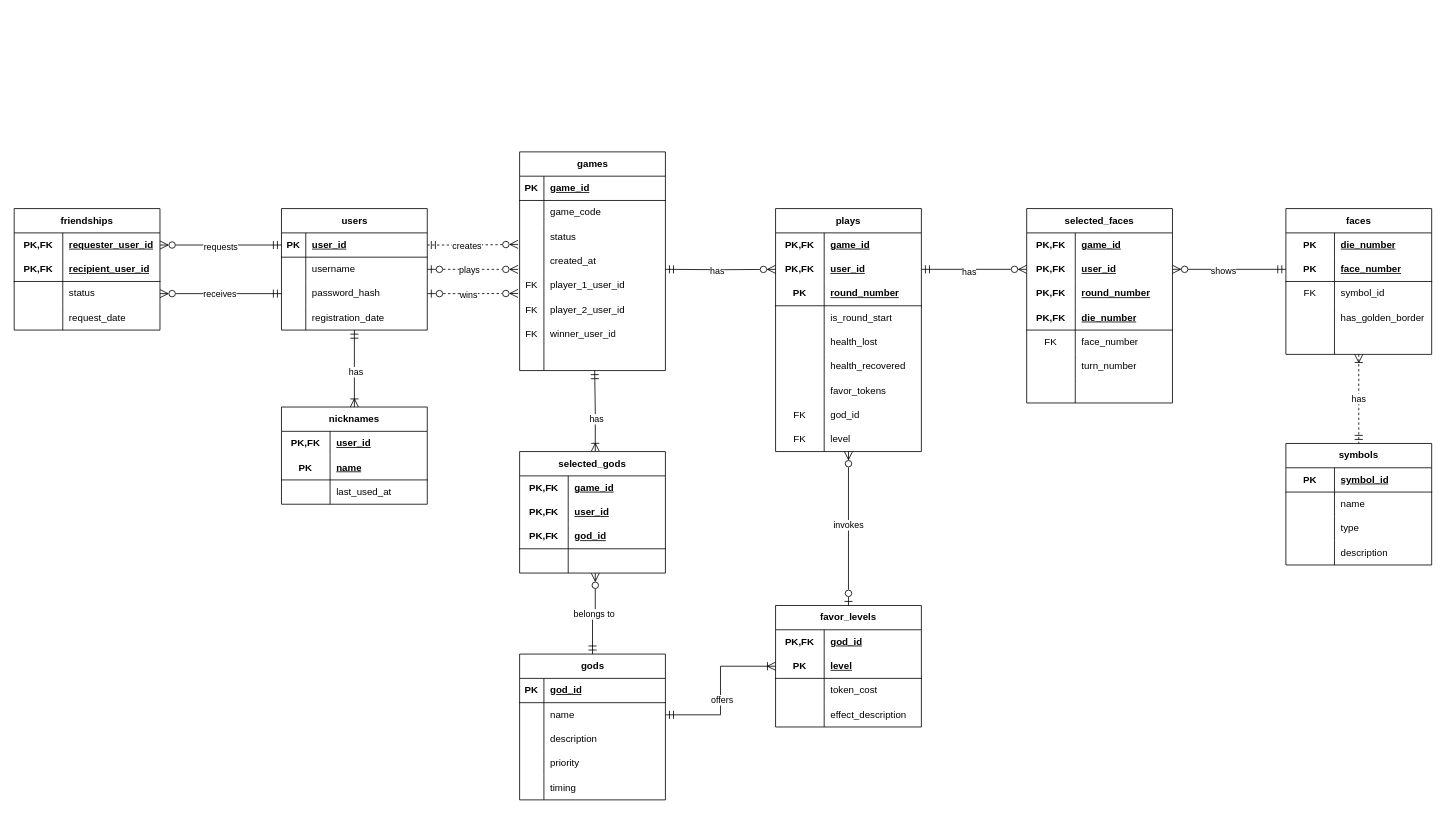
Before: page "orlog-modelo-relacional" (2 of 2) of diagrams/modelado-proyecto-orlog.drawio in observadoro/mer, a draw.io diagram. Source tidied: cells renumbered, new cells numbered last; positions are measured from the earlier drawing's top-left corner, leaving out a move shared by most shapes. Both pictures are drawn from the tidied source at 81%, with x=0, y=0 at pixel (14, 151).
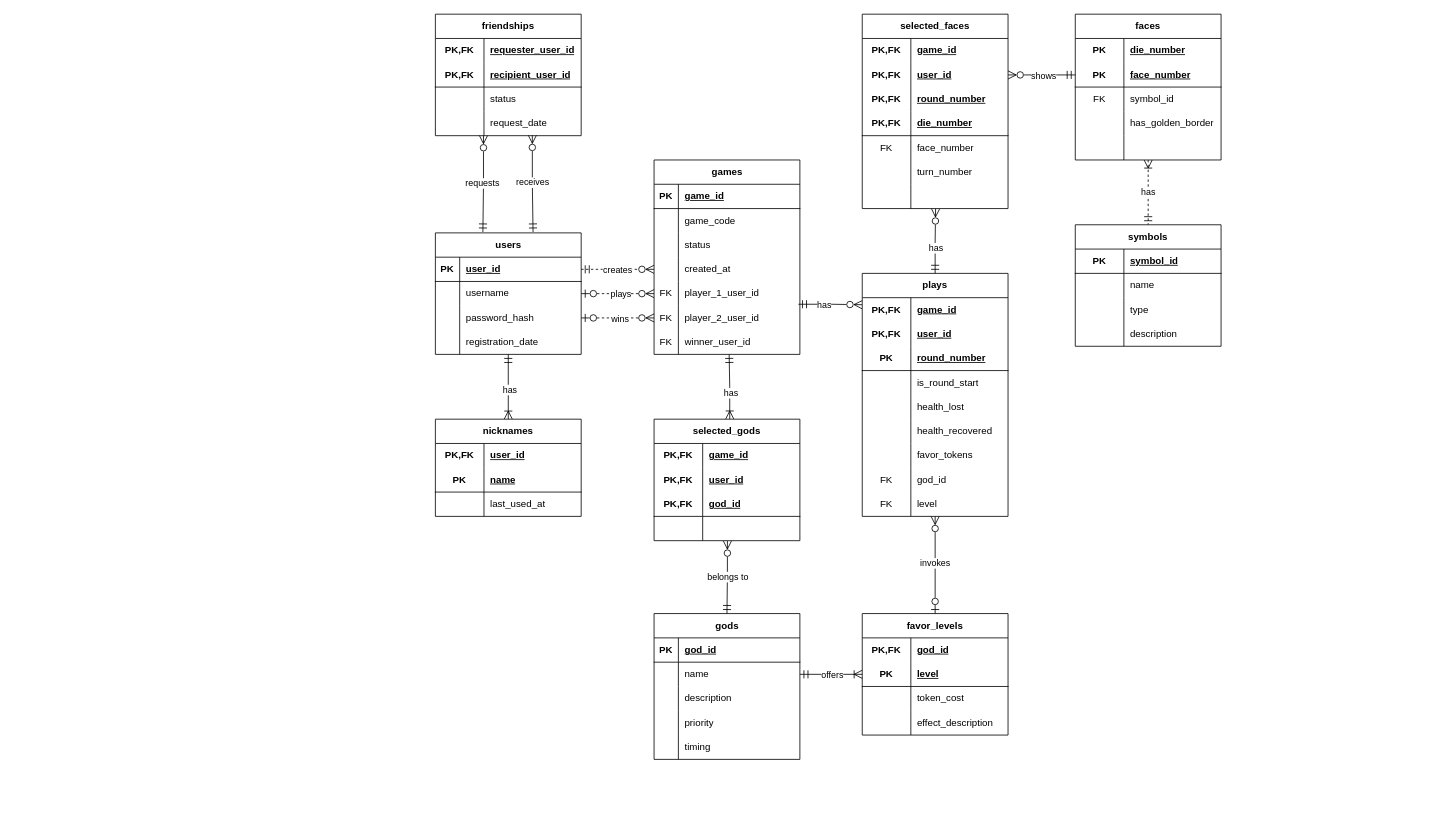
Above is the later version.

Commit message:
Se alteró diseño a vertical y se eliminó páginas.

Unchanged cells that the change refers to:
```xml
<mxCell id="5" style="shape=tableRow;horizontal=0;startSize=0;swimlaneHead=0;swimlaneBody=0;fillColor=none;points=[[0,0.5],[1,0.5]];portConstraint=eastwest;top=0;left=0;right=0;bottom=1;" parent="4" vertex="1">
  <mxGeometry y="30" width="180" height="30" as="geometry" />
</mxCell>
<mxCell id="8" style="shape=tableRow;horizontal=0;startSize=0;swimlaneHead=0;swimlaneBody=0;fillColor=none;points=[[0,0.5],[1,0.5]];portConstraint=eastwest;top=0;left=0;right=0;bottom=0;" parent="4" vertex="1">
  <mxGeometry y="60" width="180" height="30" as="geometry" />
</mxCell>
<mxCell id="11" style="shape=tableRow;horizontal=0;startSize=0;swimlaneHead=0;swimlaneBody=0;fillColor=none;points=[[0,0.5],[1,0.5]];portConstraint=eastwest;top=0;left=0;right=0;bottom=0;" parent="4" vertex="1">
  <mxGeometry y="90" width="180" height="30" as="geometry" />
</mxCell>
<mxCell id="24" style="shape=tableRow;horizontal=0;startSize=0;swimlaneHead=0;swimlaneBody=0;fillColor=none;points=[[0,0.5],[1,0.5]];portConstraint=eastwest;top=0;left=0;right=0;bottom=0;" parent="17" vertex="1">
  <mxGeometry y="90" width="180" height="30" as="geometry" />
</mxCell>
<mxCell id="27" style="shape=tableRow;horizontal=0;startSize=0;swimlaneHead=0;swimlaneBody=0;fillColor=none;points=[[0,0.5],[1,0.5]];portConstraint=eastwest;top=0;left=0;right=0;bottom=0;" parent="17" vertex="1">
  <mxGeometry y="120" width="180" height="30" as="geometry" />
</mxCell>
<mxCell id="30" style="shape=tableRow;horizontal=0;startSize=0;swimlaneHead=0;swimlaneBody=0;fillColor=none;points=[[0,0.5],[1,0.5]];portConstraint=eastwest;top=0;left=0;right=0;bottom=0;" parent="17" vertex="1">
  <mxGeometry y="150" width="180" height="30" as="geometry" />
</mxCell>
<mxCell id="33" style="shape=tableRow;horizontal=0;startSize=0;swimlaneHead=0;swimlaneBody=0;fillColor=none;points=[[0,0.5],[1,0.5]];portConstraint=eastwest;top=0;left=0;right=0;bottom=0;" parent="17" vertex="1">
  <mxGeometry y="180" width="180" height="30" as="geometry" />
</mxCell>
<mxCell id="53" style="shape=tableRow;horizontal=0;startSize=0;swimlaneHead=0;swimlaneBody=0;fillColor=none;points=[[0,0.5],[1,0.5]];portConstraint=eastwest;top=0;left=0;right=0;bottom=0;html=1;" parent="52" vertex="1">
  <mxGeometry y="30" width="180" height="30" as="geometry" />
</mxCell>
<mxCell id="59" style="shape=tableRow;horizontal=0;startSize=0;swimlaneHead=0;swimlaneBody=0;fillColor=none;points=[[0,0.5],[1,0.5]];portConstraint=eastwest;top=0;left=0;right=0;bottom=0;html=1;" parent="52" vertex="1">
  <mxGeometry y="90" width="180" height="30" as="geometry" />
</mxCell>
<mxCell id="62" style="shape=tableRow;horizontal=0;startSize=0;swimlaneHead=0;swimlaneBody=0;fillColor=none;points=[[0,0.5],[1,0.5]];portConstraint=eastwest;top=0;left=0;right=0;bottom=0;html=1;" parent="52" vertex="1">
  <mxGeometry y="120" width="180" height="30" as="geometry" />
</mxCell>
<mxCell id="98" style="edgeStyle=orthogonalEdgeStyle;rounded=0;jettySize=auto;html=1;entryX=0;entryY=0.5;entryDx=0;entryDy=0;defaultLabelBackgroundColor=page;endArrow=ERoneToMany;endFill=0;startArrow=ERmandOne;startFill=0;startSize=8;endSize=8;" parent="1" edge="1" source="73" target="89">
  <mxGeometry relative="1" as="geometry" />
</mxCell>
<mxCell id="114" style="shape=tableRow;horizontal=0;startSize=0;swimlaneHead=0;swimlaneBody=0;fillColor=none;points=[[0,0.5],[1,0.5]];portConstraint=eastwest;top=0;left=0;right=0;bottom=0;html=1;" parent="104" vertex="1">
  <mxGeometry y="120" width="180" height="30" as="geometry" />
</mxCell>
<mxCell id="120" style="shape=tableRow;horizontal=0;startSize=0;swimlaneHead=0;swimlaneBody=0;fillColor=none;points=[[0,0.5],[1,0.5]];portConstraint=eastwest;top=0;left=0;right=0;bottom=0;html=1;" parent="119" vertex="1">
  <mxGeometry y="30" width="180" height="30" as="geometry" />
</mxCell>
<mxCell id="123" style="shape=tableRow;horizontal=0;startSize=0;swimlaneHead=0;swimlaneBody=0;fillColor=none;points=[[0,0.5],[1,0.5]];portConstraint=eastwest;top=0;left=0;right=0;bottom=0;html=1;" parent="119" vertex="1">
  <mxGeometry y="60" width="180" height="30" as="geometry" />
</mxCell>
<mxCell id="153" style="shape=tableRow;horizontal=0;startSize=0;swimlaneHead=0;swimlaneBody=0;fillColor=none;points=[[0,0.5],[1,0.5]];portConstraint=eastwest;top=0;left=0;right=0;bottom=0;html=1;" parent="149" vertex="1">
  <mxGeometry y="60" width="180" height="30" as="geometry" />
</mxCell>
<mxCell id="168" style="shape=tableRow;horizontal=0;startSize=0;swimlaneHead=0;swimlaneBody=0;fillColor=none;points=[[0,0.5],[1,0.5]];portConstraint=eastwest;top=0;left=0;right=0;bottom=0;html=1;" parent="149" vertex="1">
  <mxGeometry y="210" width="180" height="30" as="geometry" />
</mxCell>
<mxCell id="193" style="edgeStyle=orthogonalEdgeStyle;rounded=0;jettySize=auto;html=1;entryX=1;entryY=0.5;entryDx=0;entryDy=0;defaultLabelBackgroundColor=page;endArrow=ERzeroToMany;endFill=0;startArrow=ERmandOne;startFill=0;startSize=8;endSize=8;" parent="1" edge="1" source="179" target="153">
  <mxGeometry relative="1" as="geometry" />
</mxCell>
```

Diff of the diagram source:
```diff
@@
     <mxCell id="4" value="users" style="shape=table;startSize=30;childLayout=tableLayout;rowLines=0;fontStyle=1;align=center;html=1;" parent="1" vertex="1">
-      <mxGeometry x="330" y="70" width="180" height="150" as="geometry" />
+      <mxGeometry x="520" y="100" width="180" height="150" as="geometry" />
     </mxCell>
@@
     <mxCell id="17" value="games" style="shape=table;startSize=30;childLayout=tableLayout;rowLines=0;fontStyle=1;align=center;html=1;" parent="1" vertex="1">
-      <mxGeometry x="624" width="180" height="270" as="geometry" />
+      <mxGeometry x="790" y="10" width="180" height="240" as="geometry" />
     </mxCell>
@@
-    <mxCell id="36" style="shape=tableRow;horizontal=0;startSize=0;swimlaneHead=0;swimlaneBody=0;fillColor=none;top=0;left=0;right=0;bottom=0;" parent="17" vertex="1">
-      <mxGeometry y="210" width="180" height="30" as="geometry" />
-    </mxCell>
-    <mxCell id="37" value="FK" style="shape=partialRectangle;fillColor=none;top=0;left=0;bottom=0;right=0;overflow=hidden;whiteSpace=wrap;html=1;" parent="36" vertex="1">
-      <mxGeometry width="30" height="30" as="geometry" />
-    </mxCell>
-    <mxCell id="38" value="winner_user_id" style="shape=partialRectangle;fillColor=none;top=0;left=0;bottom=0;right=0;align=left;spacingLeft=6;overflow=hidden;whiteSpace=wrap;html=1;" parent="36" vertex="1">
-      <mxGeometry x="30" width="150" height="30" as="geometry" />
-    </mxCell>
     <mxCell id="39" style="shape=tableRow;horizontal=0;startSize=0;swimlaneHead=0;swimlaneBody=0;fillColor=none;points=[[0,0.5],[1,0.5]];portConstraint=eastwest;top=0;left=0;right=0;bottom=0;" parent="17" vertex="1">
-      <mxGeometry y="240" width="180" height="30" as="geometry" />
+      <mxGeometry y="210" width="180" height="30" as="geometry" />
     </mxCell>
-    <mxCell id="40" style="shape=partialRectangle;fillColor=none;top=0;left=0;bottom=0;right=0;overflow=hidden;whiteSpace=wrap;html=1;" parent="39" vertex="1">
+    <mxCell id="40" value="FK" style="shape=partialRectangle;fillColor=none;top=0;left=0;bottom=0;right=0;overflow=hidden;whiteSpace=wrap;html=1;" parent="39" vertex="1">
       <mxGeometry width="30" height="30" as="geometry" />
     </mxCell>
-    <mxCell id="41" style="shape=partialRectangle;fillColor=none;top=0;left=0;bottom=0;right=0;align=left;spacingLeft=6;overflow=hidden;whiteSpace=wrap;html=1;" parent="39" vertex="1">
+    <mxCell id="41" value="winner_user_id" style="shape=partialRectangle;fillColor=none;top=0;left=0;bottom=0;right=0;align=left;spacingLeft=6;overflow=hidden;whiteSpace=wrap;html=1;" parent="39" vertex="1">
       <mxGeometry x="30" width="150" height="30" as="geometry" />
     </mxCell>
     <mxCell id="42" value="nicknames" style="shape=table;startSize=30;childLayout=tableLayout;rowLines=0;fontStyle=1;align=center;html=1;whiteSpace=wrap;" parent="1" vertex="1">
-      <mxGeometry x="330" y="315" width="180" height="120" as="geometry" />
+      <mxGeometry x="520" y="330" width="180" height="120" as="geometry" />
     </mxCell>
@@
     <mxCell id="52" value="friendships" style="shape=table;startSize=30;childLayout=tableLayout;rowLines=0;fontStyle=1;align=center;html=1;whiteSpace=wrap;" parent="1" vertex="1">
-      <mxGeometry y="70" width="180" height="150" as="geometry" />
+      <mxGeometry x="520" y="-170" width="180" height="150" as="geometry" />
     </mxCell>
@@
-    <mxCell id="65" style="edgeStyle=orthogonalEdgeStyle;rounded=0;jettySize=auto;html=1;entryX=0;entryY=0.5;entryDx=0;entryDy=0;defaultLabelBackgroundColor=page;startArrow=ERzeroToMany;startFill=0;endArrow=ERmandOne;endFill=0;startSize=8;endSize=8;" parent="1" edge="1" source="53" target="5">
+    <mxCell id="65" style="edgeStyle=orthogonalEdgeStyle;rounded=0;jettySize=auto;html=1;entryX=0.326;entryY=-0.007;entryDx=0;entryDy=0;defaultLabelBackgroundColor=page;startArrow=ERzeroToMany;startFill=0;endArrow=ERmandOne;endFill=0;startSize=8;endSize=8;entryPerimeter=0;exitX=0.33;exitY=0.997;exitDx=0;exitDy=0;exitPerimeter=0;" parent="1" edge="1" source="62" target="4">
       <mxGeometry relative="1" as="geometry" />
     </mxCell>
@@
-    <mxCell id="67" style="edgeStyle=orthogonalEdgeStyle;rounded=0;jettySize=auto;html=1;entryX=0;entryY=0.5;entryDx=0;entryDy=0;defaultLabelBackgroundColor=page;endArrow=ERmandOne;endFill=0;startArrow=ERzeroToMany;startFill=0;startSize=8;endSize=8;" parent="1" edge="1" source="59" target="11">
+    <mxCell id="67" style="edgeStyle=orthogonalEdgeStyle;rounded=0;jettySize=auto;html=1;entryX=0.67;entryY=-0.007;entryDx=0;entryDy=0;defaultLabelBackgroundColor=page;endArrow=ERmandOne;endFill=0;startArrow=ERzeroToMany;startFill=0;startSize=8;endSize=8;entryPerimeter=0;exitX=0.665;exitY=0.984;exitDx=0;exitDy=0;exitPerimeter=0;" parent="1" edge="1" source="62" target="4">
       <mxGeometry relative="1" as="geometry" />
     </mxCell>
@@
     <mxCell id="69" value="gods" style="shape=table;startSize=30;childLayout=tableLayout;rowLines=0;fontStyle=1;align=center;html=1;" parent="1" vertex="1">
-      <mxGeometry x="624" y="620" width="180" height="180" as="geometry" />
+      <mxGeometry x="790" y="570" width="180" height="180" as="geometry" />
     </mxCell>
@@
     <mxCell id="85" value="favor_levels" style="shape=table;startSize=30;childLayout=tableLayout;rowLines=0;fontStyle=1;align=center;html=1;whiteSpace=wrap;" parent="1" vertex="1">
-      <mxGeometry x="940" y="560" width="180" height="150" as="geometry" />
+      <mxGeometry x="1047" y="570" width="180" height="150" as="geometry" />
     </mxCell>
@@
     <mxCell id="99" value="offers" style="edgeLabel;html=1;align=center;verticalAlign=middle;inheritText=1;defaultLabelBackgroundColor=page;" parent="98" vertex="1">
-      <mxGeometry x="-0.11" y="-1" relative="1" as="geometry" />
+      <mxGeometry x="-0.11" y="-1" relative="1" as="geometry">
+        <mxPoint x="5" y="-1" as="offset" />
+      </mxGeometry>
     </mxCell>
-    <mxCell id="100" style="edgeStyle=orthogonalEdgeStyle;rounded=0;jettySize=auto;html=1;entryX=0.5;entryY=0;entryDx=0;entryDy=0;defaultLabelBackgroundColor=page;startArrow=ERzeroToMany;startFill=0;endArrow=ERmandOne;endFill=0;exitX=0.519;exitY=1.003;exitDx=0;exitDy=0;exitPerimeter=0;startSize=8;endSize=8;" parent="1" edge="1" source="114" target="69">
+    <mxCell id="100" style="edgeStyle=orthogonalEdgeStyle;rounded=0;jettySize=auto;html=1;entryX=0.5;entryY=0;entryDx=0;entryDy=0;defaultLabelBackgroundColor=page;startArrow=ERzeroToMany;startFill=0;endArrow=ERmandOne;endFill=0;exitX=0.503;exitY=1.012;exitDx=0;exitDy=0;exitPerimeter=0;startSize=8;endSize=8;" parent="1" edge="1" source="114" target="69">
       <mxGeometry relative="1" as="geometry" />
     </mxCell>
@@
     <mxCell id="104" value="selected_gods" style="shape=table;startSize=30;childLayout=tableLayout;rowLines=0;fontStyle=1;align=center;html=1;whiteSpace=wrap;" parent="1" vertex="1">
-      <mxGeometry x="624" y="370" width="180" height="150" as="geometry" />
+      <mxGeometry x="790" y="330" width="180" height="150" as="geometry" />
     </mxCell>
@@
     <mxCell id="119" value="plays" style="shape=table;startSize=30;childLayout=tableLayout;rowLines=0;fontStyle=1;align=center;html=1;whiteSpace=wrap;" parent="1" vertex="1">
-      <mxGeometry x="940" y="70" width="180" height="300" as="geometry" />
+      <mxGeometry x="1047" y="150" width="180" height="300" as="geometry" />
     </mxCell>
@@
-    <mxCell id="147" style="edgeStyle=orthogonalEdgeStyle;rounded=0;jettySize=auto;html=1;entryX=0;entryY=0.5;entryDx=0;entryDy=0;defaultLabelBackgroundColor=page;endArrow=ERzeroToMany;endFill=0;startArrow=ERmandOne;startFill=0;startSize=8;endSize=8;" parent="1" edge="1" target="123">
-      <mxGeometry relative="1" as="geometry">
-        <mxPoint x="804" y="145" as="sourcePoint" />
-      </mxGeometry>
+    <mxCell id="147" style="edgeStyle=orthogonalEdgeStyle;rounded=0;jettySize=auto;html=1;entryX=-0.001;entryY=0.29;entryDx=0;entryDy=0;defaultLabelBackgroundColor=page;endArrow=ERzeroToMany;endFill=0;startArrow=ERmandOne;startFill=0;startSize=8;endSize=8;exitX=0.99;exitY=0.937;exitDx=0;exitDy=0;entryPerimeter=0;exitPerimeter=0;" parent="1" edge="1" source="30" target="120">
+      <mxGeometry relative="1" as="geometry" />
     </mxCell>
     <mxCell id="148" value="has" style="edgeLabel;html=1;align=center;verticalAlign=middle;inheritText=1;defaultLabelBackgroundColor=page;" parent="147" vertex="1">
-      <mxGeometry x="-0.06" y="-1" relative="1" as="geometry" />
+      <mxGeometry x="0.03" y="-1" relative="1" as="geometry">
+        <mxPoint x="-9" y="-1" as="offset" />
+      </mxGeometry>
     </mxCell>
     <mxCell id="149" value="selected_faces" style="shape=table;startSize=30;childLayout=tableLayout;rowLines=0;fontStyle=1;align=center;html=1;whiteSpace=wrap;" parent="1" vertex="1">
-      <mxGeometry x="1250" y="70" width="180" height="240" as="geometry" />
+      <mxGeometry x="1047" y="-170" width="180" height="240" as="geometry" />
     </mxCell>
@@
-    <mxCell id="171" style="edgeStyle=orthogonalEdgeStyle;rounded=0;jettySize=auto;html=1;entryX=0;entryY=0.5;entryDx=0;entryDy=0;defaultLabelBackgroundColor=page;endArrow=ERzeroToMany;endFill=0;startArrow=ERmandOne;startFill=0;startSize=8;endSize=8;" parent="1" edge="1" source="123" target="153">
-      <mxGeometry relative="1" as="geometry" />
+    <mxCell id="171" style="edgeStyle=orthogonalEdgeStyle;rounded=0;jettySize=auto;html=1;entryX=0.503;entryY=1.011;entryDx=0;entryDy=0;defaultLabelBackgroundColor=page;endArrow=ERzeroToMany;endFill=0;startArrow=ERmandOne;startFill=0;startSize=8;endSize=8;entryPerimeter=0;exitX=0.5;exitY=0;exitDx=0;exitDy=0;" parent="1" edge="1" source="119" target="168">
+      <mxGeometry x="0.04" relative="1" as="geometry" />
     </mxCell>
     <mxCell id="172" value="has" style="edgeLabel;html=1;align=center;verticalAlign=middle;inheritText=1;defaultLabelBackgroundColor=page;" parent="171" vertex="1">
-      <mxGeometry x="-0.11" y="-3" relative="1" as="geometry" />
+      <mxGeometry x="-0.07" y="-3" relative="1" as="geometry">
+        <mxPoint x="-3" y="5" as="offset" />
+      </mxGeometry>
     </mxCell>
@@
     <mxCell id="175" value="faces" style="shape=table;startSize=30;childLayout=tableLayout;rowLines=0;fontStyle=1;align=center;html=1;whiteSpace=wrap;" parent="1" vertex="1">
-      <mxGeometry x="1570" y="70" width="180" height="180" as="geometry" />
+      <mxGeometry x="1310" y="-170" width="180" height="180" as="geometry" />
     </mxCell>
@@
     <mxCell id="194" value="shows" style="edgeLabel;html=1;align=center;verticalAlign=middle;inheritText=1;defaultLabelBackgroundColor=page;" parent="193" vertex="1">
-      <mxGeometry x="0.12" y="1" relative="1" as="geometry" />
+      <mxGeometry x="0.12" y="1" relative="1" as="geometry">
+        <mxPoint x="6" as="offset" />
+      </mxGeometry>
     </mxCell>
     <mxCell id="195" value="symbols" style="shape=table;startSize=30;childLayout=tableLayout;rowLines=0;fontStyle=1;align=center;html=1;whiteSpace=wrap;" parent="1" vertex="1">
-      <mxGeometry x="1570" y="360" width="180" height="150" as="geometry" />
+      <mxGeometry x="1310" y="90" width="180" height="150" as="geometry" />
     </mxCell>
@@
-    <mxCell id="208" style="edgeStyle=orthogonalEdgeStyle;rounded=0;jettySize=auto;html=1;entryX=-0.011;entryY=0.806;entryDx=0;entryDy=0;entryPerimeter=0;defaultLabelBackgroundColor=page;endArrow=ERzeroToMany;endFill=0;startArrow=ERmandOne;startFill=0;dashed=1;startSize=8;endSize=8;" parent="1" edge="1" source="5" target="24">
+    <mxCell id="208" style="edgeStyle=orthogonalEdgeStyle;rounded=0;jettySize=auto;html=1;entryX=0;entryY=0.5;entryDx=0;entryDy=0;defaultLabelBackgroundColor=page;endArrow=ERzeroToMany;endFill=0;startArrow=ERmandOne;startFill=0;dashed=1;startSize=8;endSize=8;" parent="1" edge="1" source="5" target="27">
       <mxGeometry x="-0.01" relative="1" as="geometry" />
     </mxCell>
     <mxCell id="209" value="creates" style="edgeLabel;html=1;align=center;verticalAlign=middle;inheritText=1;defaultLabelBackgroundColor=page;" parent="208" vertex="1">
-      <mxGeometry x="-0.15" relative="1" as="geometry" />
+      <mxGeometry x="-0.02" relative="1" as="geometry" />
     </mxCell>
-    <mxCell id="210" style="edgeStyle=orthogonalEdgeStyle;rounded=0;jettySize=auto;html=1;entryX=-0.011;entryY=0.836;entryDx=0;entryDy=0;entryPerimeter=0;defaultLabelBackgroundColor=page;endArrow=ERzeroToMany;endFill=0;startArrow=ERzeroToOne;startFill=0;dashed=1;startSize=8;endSize=8;" parent="1" edge="1" source="8" target="27">
+    <mxCell id="210" style="edgeStyle=orthogonalEdgeStyle;rounded=0;jettySize=auto;html=1;entryX=0;entryY=0.5;entryDx=0;entryDy=0;defaultLabelBackgroundColor=page;endArrow=ERzeroToMany;endFill=0;startArrow=ERzeroToOne;startFill=0;dashed=1;startSize=8;endSize=8;" parent="1" edge="1" source="8" target="30">
       <mxGeometry x="-0.05" relative="1" as="geometry" />
     </mxCell>
     <mxCell id="211" value="plays" style="edgeLabel;html=1;align=center;verticalAlign=middle;inheritText=1;defaultLabelBackgroundColor=page;" parent="210" vertex="1">
-      <mxGeometry x="-0.2" y="2" relative="1" as="geometry">
+      <mxGeometry x="-0.07" y="2" relative="1" as="geometry">
         <mxPoint x="6" y="2" as="offset" />
       </mxGeometry>
     </mxCell>
-    <mxCell id="212" style="edgeStyle=orthogonalEdgeStyle;rounded=0;jettySize=auto;html=1;entryX=-0.011;entryY=0.826;entryDx=0;entryDy=0;entryPerimeter=0;defaultLabelBackgroundColor=page;endArrow=ERzeroToMany;endFill=0;startArrow=ERzeroToOne;startFill=0;dashed=1;startSize=8;endSize=8;" parent="1" edge="1" source="11" target="30">
+    <mxCell id="212" style="edgeStyle=orthogonalEdgeStyle;rounded=0;jettySize=auto;html=1;entryX=0;entryY=0.5;entryDx=0;entryDy=0;defaultLabelBackgroundColor=page;endArrow=ERzeroToMany;endFill=0;startArrow=ERzeroToOne;startFill=0;dashed=1;startSize=8;endSize=8;" parent="1" edge="1" source="11" target="33">
       <mxGeometry x="-0.05" relative="1" as="geometry" />
     </mxCell>
     <mxCell id="213" value="wins" style="edgeLabel;html=1;align=center;verticalAlign=middle;inheritText=1;defaultLabelBackgroundColor=page;" parent="212" vertex="1">
-      <mxGeometry x="-0.21" y="-1" relative="1" as="geometry">
+      <mxGeometry x="-0.09" y="-1" relative="1" as="geometry">
         <mxPoint x="6" as="offset" />
       </mxGeometry>
     </mxCell>
```
